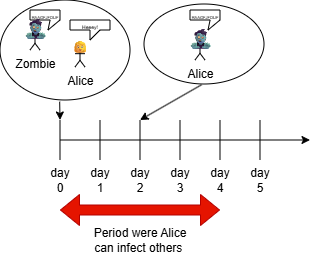
This is statement/problem.en.png from annanassen/APSexam, a draw.io export, as it was before one commit. Source tidied: cells renumbered, new cells last; positions are measured from the earlier drawing's top-left corner, leaving out a move shared by most shapes.
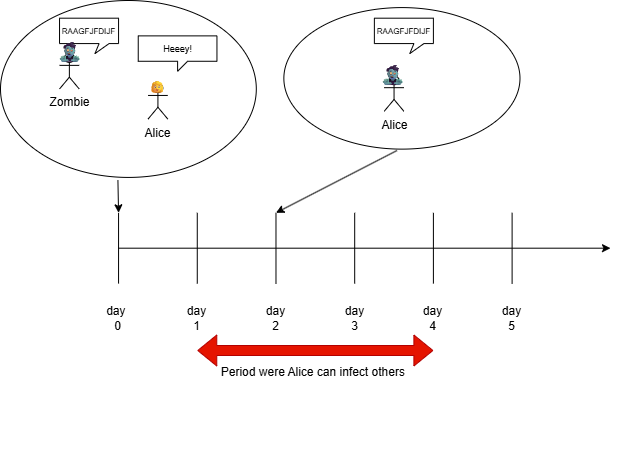
After the change.

Commit message:
better quality on image

Change to the diagram source:
```diff
@@ -2,129 +2,132 @@
   <root>
     <mxCell id="0" />
     <mxCell id="1" parent="0" />
+    <mxCell id="34" style="group;" parent="1" vertex="1">
+      <mxGeometry width="610" height="460" as="geometry" />
+    </mxCell>
-    <mxCell id="2" style="ellipse;whiteSpace=wrap;html=1;" parent="1" vertex="1">
-      <mxGeometry width="130" height="100" as="geometry" />
+    <mxCell id="2" style="ellipse;whiteSpace=wrap;html=1;" parent="34" vertex="1">
+      <mxGeometry width="255.8" height="176.9" as="geometry" />
     </mxCell>
-    <mxCell id="3" style="group;" parent="1" vertex="1">
-      <mxGeometry x="20" y="10" width="40" height="40" as="geometry" />
+    <mxCell id="3" style="group;" parent="34" vertex="1">
+      <mxGeometry x="39.4" y="17.7" width="78.7" height="70.8" as="geometry" />
     </mxCell>
-    <mxCell id="4" value="&lt;font style=&quot;font-size: 4px;&quot;&gt;RAAGFJFDIJF&lt;/font&gt;" style="shape=callout;whiteSpace=wrap;html=1;perimeter=calloutPerimeter;position2=0.6;size=10;position=0.67;base=10;" parent="3" vertex="1">
-      <mxGeometry x="10" width="30" height="20" as="geometry" />
+    <mxCell id="4" value="&lt;font style=&quot;font-size: 8px;&quot;&gt;RAAGFJFDIJF&lt;/font&gt;" style="shape=callout;whiteSpace=wrap;html=1;perimeter=calloutPerimeter;position2=0.6;size=10;position=0.67;base=10;" parent="3" vertex="1">
+      <mxGeometry x="19.7" width="59" height="35.4" as="geometry" />
     </mxCell>
     <mxCell id="5" style="group;" parent="3" vertex="1">
-      <mxGeometry width="40" height="40" as="geometry" />
+      <mxGeometry width="78.7" height="70.8" as="geometry" />
     </mxCell>
     <mxCell id="6" value="Zombie" style="shape=umlActor;verticalLabelPosition=bottom;verticalAlign=top;html=1;" parent="5" vertex="1">
-      <mxGeometry x="10" y="20" width="10" height="20" as="geometry" />
+      <mxGeometry x="19.7" y="35.4" width="19.7" height="35.4" as="geometry" />
     </mxCell>
     <mxCell id="7" value="🧟" style="text;whiteSpace=wrap;fontSize=20;" parent="5" vertex="1">
-      <mxGeometry width="40" height="40" as="geometry" />
+      <mxGeometry x="14.5" y="15.4" width="30" height="40" as="geometry" />
     </mxCell>
-    <mxCell id="8" style="endArrow=classic;html=1;rounded=0;" parent="1" edge="1">
+    <mxCell id="8" style="endArrow=classic;html=1;rounded=0;" parent="34" edge="1">
       <mxGeometry relative="1" as="geometry">
-        <mxPoint x="60" y="140" as="sourcePoint" />
-        <mxPoint x="310" y="140" as="targetPoint" />
+        <mxPoint x="118.1" y="247.7" as="sourcePoint" />
+        <mxPoint x="610" y="247.7" as="targetPoint" />
       </mxGeometry>
     </mxCell>
-    <mxCell id="9" style="endArrow=none;html=1;rounded=0;" parent="1" edge="1">
+    <mxCell id="9" style="endArrow=none;html=1;rounded=0;" parent="34" edge="1">
       <mxGeometry relative="1" as="geometry">
-        <mxPoint x="60" y="160" as="sourcePoint" />
-        <mxPoint x="60" y="120" as="targetPoint" />
+        <mxPoint x="118.1" y="283.1" as="sourcePoint" />
+        <mxPoint x="118.1" y="212.3" as="targetPoint" />
       </mxGeometry>
     </mxCell>
-    <mxCell id="10" style="endArrow=none;html=1;rounded=0;" parent="1" edge="1">
+    <mxCell id="10" style="endArrow=none;html=1;rounded=0;" parent="34" edge="1">
       <mxGeometry relative="1" as="geometry">
-        <mxPoint x="100" y="160" as="sourcePoint" />
-        <mxPoint x="100" y="120" as="targetPoint" />
+        <mxPoint x="196.8" y="283.1" as="sourcePoint" />
+        <mxPoint x="196.8" y="212.3" as="targetPoint" />
       </mxGeometry>
     </mxCell>
-    <mxCell id="11" style="endArrow=none;html=1;rounded=0;" parent="1" edge="1">
+    <mxCell id="11" style="endArrow=none;html=1;rounded=0;" parent="34" edge="1">
       <mxGeometry relative="1" as="geometry">
-        <mxPoint x="140" y="160" as="sourcePoint" />
-        <mxPoint x="140" y="120" as="targetPoint" />
+        <mxPoint x="275.5" y="283.1" as="sourcePoint" />
+        <mxPoint x="275.5" y="212.3" as="targetPoint" />
       </mxGeometry>
     </mxCell>
-    <mxCell id="12" style="endArrow=none;html=1;rounded=0;" parent="1" edge="1">
+    <mxCell id="12" style="endArrow=none;html=1;rounded=0;" parent="34" edge="1">
       <mxGeometry relative="1" as="geometry">
-        <mxPoint x="180" y="160" as="sourcePoint" />
-        <mxPoint x="180" y="120" as="targetPoint" />
+        <mxPoint x="354.2" y="283.1" as="sourcePoint" />
+        <mxPoint x="354.2" y="212.3" as="targetPoint" />
       </mxGeometry>
     </mxCell>
-    <mxCell id="13" style="endArrow=none;html=1;rounded=0;" parent="1" edge="1">
+    <mxCell id="13" style="endArrow=none;html=1;rounded=0;" parent="34" edge="1">
       <mxGeometry relative="1" as="geometry">
-        <mxPoint x="260" y="160" as="sourcePoint" />
-        <mxPoint x="260" y="120" as="targetPoint" />
+        <mxPoint x="511.6" y="283.1" as="sourcePoint" />
+        <mxPoint x="511.6" y="212.3" as="targetPoint" />
       </mxGeometry>
     </mxCell>
-    <mxCell id="14" style="endArrow=none;html=1;rounded=0;" parent="1" edge="1">
+    <mxCell id="14" style="endArrow=none;html=1;rounded=0;" parent="34" edge="1">
       <mxGeometry relative="1" as="geometry">
-        <mxPoint x="220" y="160" as="sourcePoint" />
-        <mxPoint x="220" y="120" as="targetPoint" />
+        <mxPoint x="432.9" y="283.1" as="sourcePoint" />
+        <mxPoint x="432.9" y="212.3" as="targetPoint" />
       </mxGeometry>
     </mxCell>
-    <mxCell id="15" value="day 0" style="text;html=1;whiteSpace=wrap;strokeColor=none;fillColor=none;align=center;verticalAlign=middle;rounded=0;" parent="1" vertex="1">
-      <mxGeometry x="50" y="170" width="20" height="20" as="geometry" />
+    <mxCell id="15" value="day&amp;nbsp;&lt;div&gt;0&lt;/div&gt;" style="text;html=1;whiteSpace=wrap;strokeColor=none;fillColor=none;align=center;verticalAlign=middle;rounded=0;" parent="34" vertex="1">
+      <mxGeometry x="98.4" y="300.8" width="39.4" height="35.4" as="geometry" />
     </mxCell>
-    <mxCell id="16" value="day&lt;div&gt;1&lt;/div&gt;" style="text;html=1;whiteSpace=wrap;strokeColor=none;fillColor=none;align=center;verticalAlign=middle;rounded=0;" parent="1" vertex="1">
-      <mxGeometry x="90" y="170" width="20" height="20" as="geometry" />
+    <mxCell id="16" value="day&lt;div&gt;1&lt;/div&gt;" style="text;html=1;whiteSpace=wrap;strokeColor=none;fillColor=none;align=center;verticalAlign=middle;rounded=0;" parent="34" vertex="1">
+      <mxGeometry x="177.1" y="300.8" width="39.4" height="35.4" as="geometry" />
     </mxCell>
-    <mxCell id="17" value="&lt;div&gt;day&lt;/div&gt;2" style="text;html=1;whiteSpace=wrap;strokeColor=none;fillColor=none;align=center;verticalAlign=middle;rounded=0;" parent="1" vertex="1">
-      <mxGeometry x="130" y="170" width="20" height="20" as="geometry" />
+    <mxCell id="17" value="&lt;div&gt;day&lt;/div&gt;2" style="text;html=1;whiteSpace=wrap;strokeColor=none;fillColor=none;align=center;verticalAlign=middle;rounded=0;" parent="34" vertex="1">
+      <mxGeometry x="255.8" y="300.8" width="39.4" height="35.4" as="geometry" />
     </mxCell>
-    <mxCell id="18" value="day&lt;div&gt;3&lt;/div&gt;" style="text;html=1;whiteSpace=wrap;strokeColor=none;fillColor=none;align=center;verticalAlign=middle;rounded=0;" parent="1" vertex="1">
-      <mxGeometry x="170" y="170" width="20" height="20" as="geometry" />
+    <mxCell id="18" value="day&lt;div&gt;3&lt;/div&gt;" style="text;html=1;whiteSpace=wrap;strokeColor=none;fillColor=none;align=center;verticalAlign=middle;rounded=0;" parent="34" vertex="1">
+      <mxGeometry x="334.5" y="300.8" width="39.4" height="35.4" as="geometry" />
     </mxCell>
-    <mxCell id="19" value="&lt;div&gt;day&lt;/div&gt;4" style="text;html=1;whiteSpace=wrap;strokeColor=none;fillColor=none;align=center;verticalAlign=middle;rounded=0;" parent="1" vertex="1">
-      <mxGeometry x="210" y="170" width="20" height="20" as="geometry" />
+    <mxCell id="19" value="&lt;div&gt;day&lt;/div&gt;4" style="text;html=1;whiteSpace=wrap;strokeColor=none;fillColor=none;align=center;verticalAlign=middle;rounded=0;" parent="34" vertex="1">
+      <mxGeometry x="413.2" y="300.8" width="39.4" height="35.4" as="geometry" />
     </mxCell>
-    <mxCell id="20" style="endArrow=classic;html=1;rounded=0;exitX=0.459;exitY=1.017;exitDx=0;exitDy=0;exitPerimeter=0;" parent="1" edge="1" source="2">
+    <mxCell id="20" style="endArrow=classic;html=1;rounded=0;exitX=0.459;exitY=1.017;exitDx=0;exitDy=0;exitPerimeter=0;" parent="34" edge="1" source="2">
       <mxGeometry relative="1" as="geometry">
-        <mxPoint x="60" y="120" as="targetPoint" />
+        <mxPoint x="118.1" y="212.3" as="targetPoint" />
       </mxGeometry>
     </mxCell>
-    <mxCell id="21" style="group;" parent="1" vertex="1">
-      <mxGeometry x="70" y="33" width="20" height="34" as="geometry" />
+    <mxCell id="21" style="group;" parent="34" vertex="1">
+      <mxGeometry x="137.7" y="58.4" width="39.4" height="60.2" as="geometry" />
     </mxCell>
     <mxCell id="22" value="Alice" style="shape=umlActor;verticalLabelPosition=bottom;verticalAlign=top;html=1;" parent="21" vertex="1">
-      <mxGeometry x="5" y="14" width="10" height="20" as="geometry" />
+      <mxGeometry x="9.8" y="24.8" width="19.7" height="35.4" as="geometry" />
     </mxCell>
     <mxCell id="23" value="👩" style="text;whiteSpace=wrap;" parent="21" vertex="1">
-      <mxGeometry width="20" height="20" as="geometry" />
+      <mxGeometry x="9.5" y="15.1" width="20" height="30" as="geometry" />
     </mxCell>
-    <mxCell id="24" style="ellipse;whiteSpace=wrap;html=1;" parent="1" vertex="1">
-      <mxGeometry x="144" y="4" width="120" height="80" as="geometry" />
+    <mxCell id="24" style="ellipse;whiteSpace=wrap;html=1;" parent="34" vertex="1">
+      <mxGeometry x="283.4" y="7.1" width="236.1" height="141.5" as="geometry" />
     </mxCell>
-    <mxCell id="25" value="&lt;font style=&quot;font-size: 4px;&quot;&gt;RAAGFJFDIJF&lt;/font&gt;" style="shape=callout;whiteSpace=wrap;html=1;perimeter=calloutPerimeter;position2=0.6;size=10;position=0.67;base=10;" parent="1" vertex="1">
-      <mxGeometry x="190" y="10" width="30" height="20" as="geometry" />
+    <mxCell id="25" value="&lt;font style=&quot;font-size: 8px;&quot;&gt;RAAGFJFDIJF&lt;/font&gt;" style="shape=callout;whiteSpace=wrap;html=1;perimeter=calloutPerimeter;position2=0.6;size=10;position=0.67;base=10;" parent="34" vertex="1">
+      <mxGeometry x="373.9" y="17.7" width="59" height="35.4" as="geometry" />
     </mxCell>
-    <mxCell id="26" style="group;" parent="1" vertex="1">
-      <mxGeometry x="185" y="20" width="40" height="40" as="geometry" />
+    <mxCell id="26" style="group;" parent="34" vertex="1">
+      <mxGeometry x="364" y="40" width="78.7" height="70.8" as="geometry" />
     </mxCell>
     <mxCell id="27" value="Alice" style="shape=umlActor;verticalLabelPosition=bottom;verticalAlign=top;html=1;" parent="26" vertex="1">
-      <mxGeometry x="10" y="20" width="10" height="20" as="geometry" />
+      <mxGeometry x="19.7" y="35.4" width="19.7" height="35.4" as="geometry" />
     </mxCell>
     <mxCell id="28" value="🧟" style="text;whiteSpace=wrap;fontSize=20;" parent="26" vertex="1">
-      <mxGeometry width="40" height="40" as="geometry" />
+      <mxGeometry x="13" y="16" width="30" height="30" as="geometry" />
     </mxCell>
-    <mxCell id="29" style="endArrow=classic;html=1;rounded=0;exitX=0.479;exitY=1.01;exitDx=0;exitDy=0;exitPerimeter=0;" parent="1" edge="1" source="24">
+    <mxCell id="29" style="endArrow=classic;html=1;rounded=0;exitX=0.479;exitY=1.01;exitDx=0;exitDy=0;exitPerimeter=0;" parent="34" edge="1" source="24">
       <mxGeometry relative="1" as="geometry">
-        <mxPoint x="140" y="120" as="targetPoint" />
+        <mxPoint x="275.5" y="212.3" as="targetPoint" />
       </mxGeometry>
     </mxCell>
-    <mxCell id="30" style="shape=flexArrow;endArrow=classic;startArrow=classic;html=1;rounded=0;fillColor=#e51400;strokeColor=#B20000;" parent="1" edge="1">
+    <mxCell id="30" style="shape=flexArrow;endArrow=classic;startArrow=classic;html=1;rounded=0;fillColor=#e51400;strokeColor=#B20000;" parent="34" edge="1">
       <mxGeometry relative="1" as="geometry">
-        <mxPoint x="60" y="210" as="sourcePoint" />
-        <mxPoint x="220" y="210" as="targetPoint" />
+        <mxPoint x="196.8" y="350" as="sourcePoint" />
+        <mxPoint x="432.9" y="350" as="targetPoint" />
       </mxGeometry>
     </mxCell>
-    <mxCell id="31" value="Period were Alice can infect others&amp;nbsp;" style="text;html=1;whiteSpace=wrap;strokeColor=none;fillColor=none;align=center;verticalAlign=middle;rounded=0;" parent="1" vertex="1">
-      <mxGeometry x="90" y="220" width="100" height="40" as="geometry" />
+    <mxCell id="31" value="Period were Alice can infect others&amp;nbsp;" style="text;html=1;whiteSpace=wrap;strokeColor=none;fillColor=none;align=center;verticalAlign=middle;rounded=0;" parent="34" vertex="1">
+      <mxGeometry x="216.5" y="336.2" width="196.8" height="70.8" as="geometry" />
     </mxCell>
-    <mxCell id="32" value="&lt;div&gt;day&lt;/div&gt;5" style="text;html=1;whiteSpace=wrap;strokeColor=none;fillColor=none;align=center;verticalAlign=middle;rounded=0;" parent="1" vertex="1">
-      <mxGeometry x="250" y="170" width="20" height="20" as="geometry" />
+    <mxCell id="32" value="&lt;div&gt;day&lt;/div&gt;5" style="text;html=1;whiteSpace=wrap;strokeColor=none;fillColor=none;align=center;verticalAlign=middle;rounded=0;" parent="34" vertex="1">
+      <mxGeometry x="491.9" y="300.8" width="39.4" height="35.4" as="geometry" />
     </mxCell>
-    <mxCell id="33" value="&lt;font style=&quot;font-size: 5px;&quot;&gt;&lt;font style=&quot;&quot;&gt;Heeey&lt;/font&gt;&lt;font style=&quot;&quot;&gt;!&lt;/font&gt;&lt;/font&gt;" style="shape=callout;whiteSpace=wrap;html=1;perimeter=calloutPerimeter;size=10;position=0.5;base=10;align=center;" parent="1" vertex="1">
-      <mxGeometry x="70" y="20" width="40" height="20" as="geometry" />
+    <mxCell id="33" value="&lt;font style=&quot;font-size: 9px;&quot;&gt;&lt;font style=&quot;&quot;&gt;Heeey&lt;/font&gt;&lt;font style=&quot;&quot;&gt;!&lt;/font&gt;&lt;/font&gt;" style="shape=callout;whiteSpace=wrap;html=1;perimeter=calloutPerimeter;size=10;position=0.5;base=10;align=center;" parent="34" vertex="1">
+      <mxGeometry x="137.7" y="35.4" width="78.7" height="35.4" as="geometry" />
     </mxCell>
   </root>
 </mxGraphModel>
```
